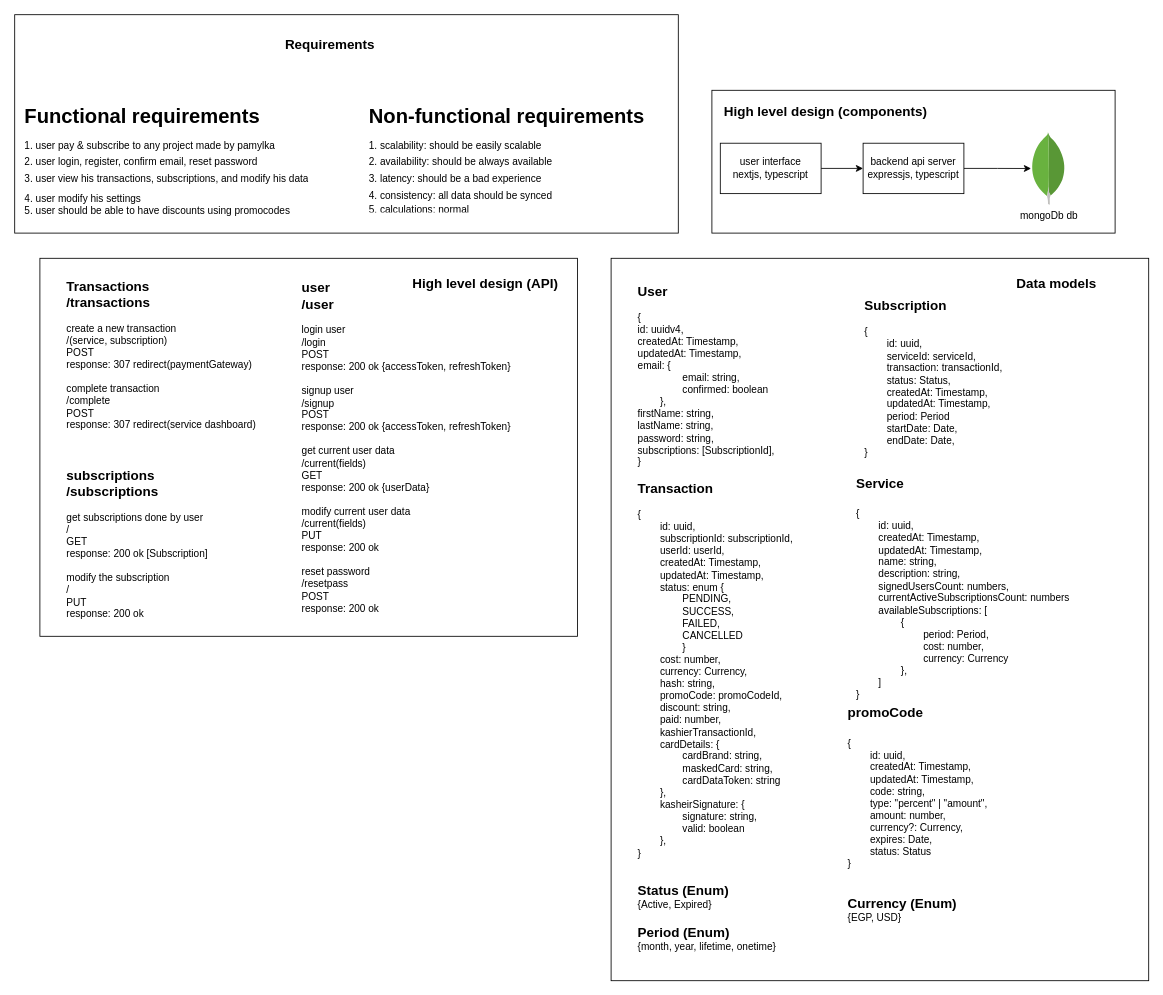
Above: pamylka - general.drawio in ahmed-elbehairy7/pamylka-system-design (draw.io), before the change. Source tidied: cells renumbered, new cells numbered last; positions are measured from the earlier drawing's top-left corner, leaving out a move shared by most shapes. Both pictures are drawn from the tidied source at 84%, with x=0, y=0 at pixel (14, 14).
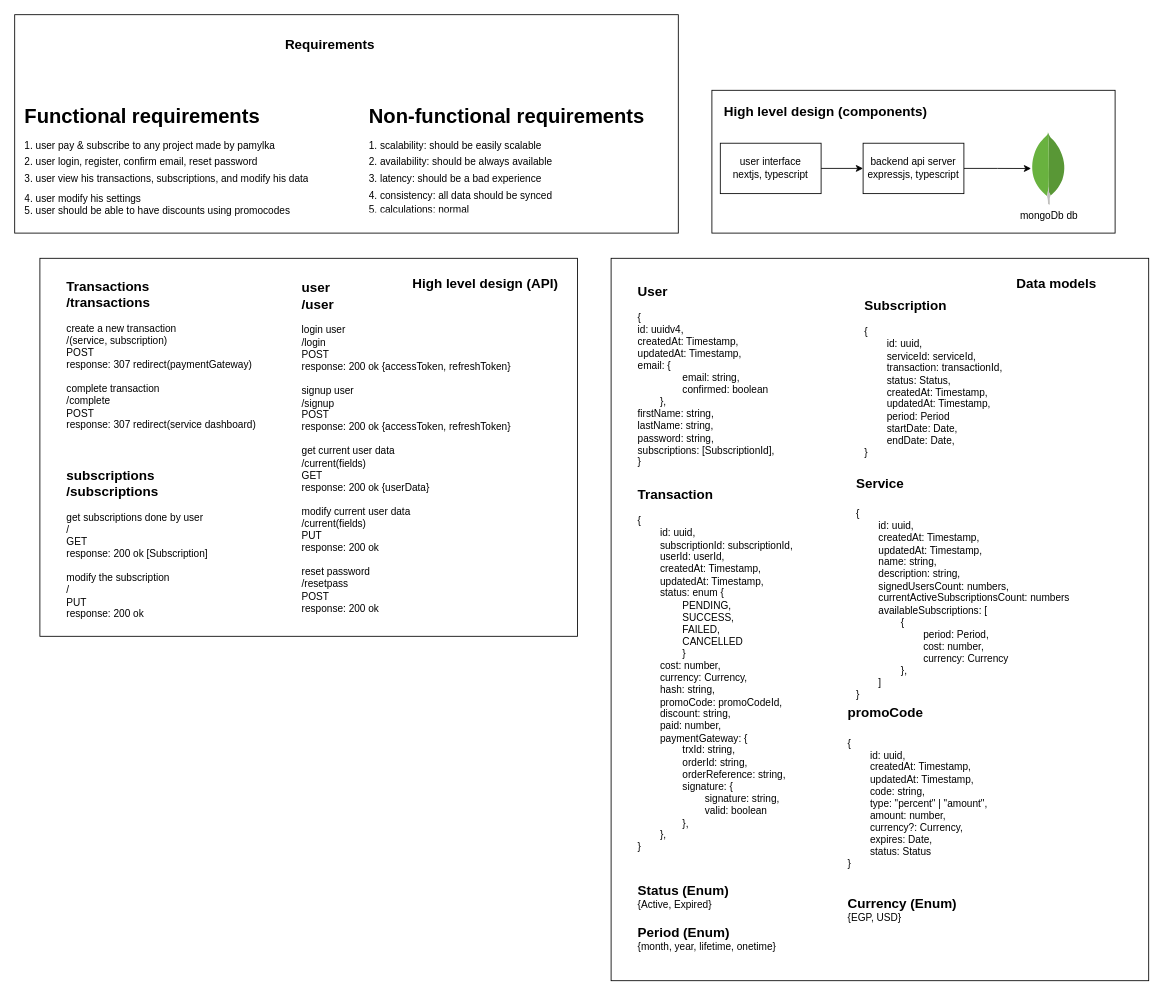
The same page after the edit.

Unchanged cells that the change refers to:
```xml
<mxCell id="21" style="group;" parent="1" vertex="1">
  <mxGeometry x="710" y="290" width="640" height="860" as="geometry" />
</mxCell>
```

Diff of the diagram source:
```diff
@@
-    <mxCell id="24" value="&lt;div&gt;&lt;b style=&quot;font-size: 16px; background-color: transparent; color: light-dark(rgb(0, 0, 0), rgb(255, 255, 255));&quot;&gt;Transaction&lt;/b&gt;&lt;/div&gt;&lt;div&gt;&lt;br&gt;&lt;/div&gt;&lt;div&gt;{&lt;/div&gt;&lt;div&gt;&lt;span style=&quot;white-space: pre;&quot;&gt;&#9;&lt;/span&gt;id: uuid,&lt;br&gt;&lt;/div&gt;&lt;div&gt;&lt;span style=&quot;white-space: pre;&quot;&gt;&#9;&lt;/span&gt;subscriptionId: subscriptionId,&lt;br&gt;&lt;/div&gt;&lt;div&gt;&lt;span style=&quot;white-space: pre;&quot;&gt;&#9;&lt;/span&gt;userId: userId,&lt;br&gt;&lt;/div&gt;&lt;div&gt;&lt;span style=&quot;white-space: pre;&quot;&gt;&#9;&lt;/span&gt;createdAt: Timestamp,&lt;br&gt;&lt;/div&gt;&lt;div&gt;&lt;span style=&quot;white-space: pre;&quot;&gt;&#9;&lt;/span&gt;updatedAt: Timestamp,&lt;/div&gt;&lt;div&gt;&lt;span style=&quot;white-space: pre;&quot;&gt;&#9;&lt;/span&gt;status: enum {&lt;/div&gt;&lt;div&gt;&lt;span style=&quot;white-space: pre;&quot;&gt;&#9;&lt;span style=&quot;white-space: pre;&quot;&gt;&#9;&lt;/span&gt;&lt;/span&gt;PENDING,&amp;nbsp;&lt;/div&gt;&lt;div&gt;&lt;span style=&quot;white-space: pre;&quot;&gt;&#9;&lt;/span&gt;&lt;span style=&quot;white-space: pre;&quot;&gt;&#9;&lt;/span&gt;SUCCESS,&lt;/div&gt;&lt;div&gt;&lt;span style=&quot;white-space: pre;&quot;&gt;&#9;&lt;/span&gt;&lt;span style=&quot;white-space: pre;&quot;&gt;&#9;&lt;/span&gt;FAILED,&lt;br&gt;&lt;/div&gt;&lt;div&gt;&lt;span style=&quot;white-space: pre;&quot;&gt;&#9;&lt;/span&gt;&lt;span style=&quot;white-space: pre;&quot;&gt;&#9;&lt;/span&gt;CANCELLED&lt;br&gt;&lt;/div&gt;&lt;div&gt;&lt;span style=&quot;white-space: pre;&quot;&gt;&#9;&lt;/span&gt;&lt;span style=&quot;white-space: pre;&quot;&gt;&#9;&lt;/span&gt;}&lt;/div&gt;&lt;div&gt;&lt;span style=&quot;white-space: pre;&quot;&gt;&#9;&lt;/span&gt;cost: number,&lt;br&gt;&lt;/div&gt;&lt;div&gt;&lt;span style=&quot;white-space: pre;&quot;&gt;&#9;&lt;/span&gt;currency: Currency,&lt;/div&gt;&lt;div&gt;&lt;span style=&quot;white-space: pre;&quot;&gt;&#9;&lt;/span&gt;hash: string,&lt;br&gt;&lt;/div&gt;&lt;div&gt;&lt;span style=&quot;white-space: pre;&quot;&gt;&#9;&lt;/span&gt;promoCode: promoCodeId,&lt;br&gt;&lt;/div&gt;&lt;div&gt;&lt;span style=&quot;white-space: pre;&quot;&gt;&#9;&lt;/span&gt;discount: string,&lt;br&gt;&lt;/div&gt;&lt;div&gt;&lt;span style=&quot;white-space: pre;&quot;&gt;&#9;&lt;/span&gt;paid: number,&lt;br&gt;&lt;/div&gt;&lt;div&gt;&lt;span style=&quot;white-space: pre;&quot;&gt;&#9;&lt;/span&gt;kashierTransactionId,&lt;br&gt;&lt;/div&gt;&lt;div&gt;&lt;span style=&quot;white-space: pre;&quot;&gt;&#9;&lt;/span&gt;cardDetails: {&lt;/div&gt;&lt;div&gt;&lt;span style=&quot;white-space: pre;&quot;&gt;&#9;&lt;span style=&quot;white-space: pre;&quot;&gt;&#9;&lt;/span&gt;cardBrand: string,&lt;/span&gt;&lt;/div&gt;&lt;div&gt;&lt;span style=&quot;white-space: pre;&quot;&gt;&#9;&lt;/span&gt;&lt;span style=&quot;white-space: pre;&quot;&gt;&#9;&lt;/span&gt;maskedCard: string,&lt;br&gt;&lt;/div&gt;&lt;div&gt;&lt;span style=&quot;white-space: pre;&quot;&gt;&#9;&lt;/span&gt;&lt;span style=&quot;white-space: pre;&quot;&gt;&#9;&lt;/span&gt;cardDataToken: string&lt;br&gt;&lt;/div&gt;&lt;div&gt;&lt;span style=&quot;white-space: pre;&quot;&gt;&#9;&lt;/span&gt;},&lt;br&gt;&lt;/div&gt;&lt;div&gt;&lt;span style=&quot;white-space: pre;&quot;&gt;&#9;&lt;/span&gt;kasheirSignature: {&lt;/div&gt;&lt;div&gt;&lt;span style=&quot;white-space: pre;&quot;&gt;&#9;&lt;/span&gt;&lt;span style=&quot;white-space: pre;&quot;&gt;&#9;&lt;/span&gt;signature: string,&lt;br&gt;&lt;/div&gt;&lt;div&gt;&lt;span style=&quot;white-space: pre;&quot;&gt;&#9;&lt;/span&gt;&lt;span style=&quot;white-space: pre;&quot;&gt;&#9;&lt;/span&gt;valid: boolean&lt;br&gt;&lt;/div&gt;&lt;div&gt;&lt;span style=&quot;white-space: pre;&quot;&gt;&#9;&lt;/span&gt;},&lt;/div&gt;&lt;div&gt;}&lt;/div&gt;" style="text;html=1;align=left;verticalAlign=middle;strokeColor=none;fillColor=none;" parent="21" vertex="1">
-      <mxGeometry x="30" y="260" width="210" height="460" as="geometry" />
+    <mxCell id="24" value="&lt;div&gt;&lt;b style=&quot;font-size: 16px; background-color: transparent; color: light-dark(rgb(0, 0, 0), rgb(255, 255, 255));&quot;&gt;Transaction&lt;/b&gt;&lt;/div&gt;&lt;div&gt;&lt;br&gt;&lt;/div&gt;&lt;div&gt;{&lt;/div&gt;&lt;div&gt;&lt;span style=&quot;white-space: pre;&quot;&gt;&#9;&lt;/span&gt;id: uuid,&lt;br&gt;&lt;/div&gt;&lt;div&gt;&lt;span style=&quot;white-space: pre;&quot;&gt;&#9;&lt;/span&gt;subscriptionId: subscriptionId,&lt;br&gt;&lt;/div&gt;&lt;div&gt;&lt;span style=&quot;white-space: pre;&quot;&gt;&#9;&lt;/span&gt;userId: userId,&lt;br&gt;&lt;/div&gt;&lt;div&gt;&lt;span style=&quot;white-space: pre;&quot;&gt;&#9;&lt;/span&gt;createdAt: Timestamp,&lt;br&gt;&lt;/div&gt;&lt;div&gt;&lt;span style=&quot;white-space: pre;&quot;&gt;&#9;&lt;/span&gt;updatedAt: Timestamp,&lt;/div&gt;&lt;div&gt;&lt;span style=&quot;white-space: pre;&quot;&gt;&#9;&lt;/span&gt;status: enum {&lt;/div&gt;&lt;div&gt;&lt;span style=&quot;white-space: pre;&quot;&gt;&#9;&lt;span style=&quot;white-space: pre;&quot;&gt;&#9;&lt;/span&gt;&lt;/span&gt;PENDING,&amp;nbsp;&lt;/div&gt;&lt;div&gt;&lt;span style=&quot;white-space: pre;&quot;&gt;&#9;&lt;/span&gt;&lt;span style=&quot;white-space: pre;&quot;&gt;&#9;&lt;/span&gt;SUCCESS,&lt;/div&gt;&lt;div&gt;&lt;span style=&quot;white-space: pre;&quot;&gt;&#9;&lt;/span&gt;&lt;span style=&quot;white-space: pre;&quot;&gt;&#9;&lt;/span&gt;FAILED,&lt;br&gt;&lt;/div&gt;&lt;div&gt;&lt;span style=&quot;white-space: pre;&quot;&gt;&#9;&lt;/span&gt;&lt;span style=&quot;white-space: pre;&quot;&gt;&#9;&lt;/span&gt;CANCELLED&lt;br&gt;&lt;/div&gt;&lt;div&gt;&lt;span style=&quot;white-space: pre;&quot;&gt;&#9;&lt;/span&gt;&lt;span style=&quot;white-space: pre;&quot;&gt;&#9;&lt;/span&gt;}&lt;/div&gt;&lt;div&gt;&lt;span style=&quot;white-space: pre;&quot;&gt;&#9;&lt;/span&gt;cost: number,&lt;br&gt;&lt;/div&gt;&lt;div&gt;&lt;span style=&quot;white-space: pre;&quot;&gt;&#9;&lt;/span&gt;currency: Currency,&lt;/div&gt;&lt;div&gt;&lt;span style=&quot;white-space: pre;&quot;&gt;&#9;&lt;/span&gt;hash: string,&lt;br&gt;&lt;/div&gt;&lt;div&gt;&lt;span style=&quot;white-space: pre;&quot;&gt;&#9;&lt;/span&gt;promoCode: promoCodeId,&lt;br&gt;&lt;/div&gt;&lt;div&gt;&lt;span style=&quot;white-space: pre;&quot;&gt;&#9;&lt;/span&gt;discount: string,&lt;br&gt;&lt;/div&gt;&lt;div&gt;&lt;span style=&quot;white-space: pre;&quot;&gt;&#9;&lt;/span&gt;paid: number,&lt;br&gt;&lt;/div&gt;&lt;div&gt;&lt;span style=&quot;white-space: pre;&quot;&gt;&#9;&lt;/span&gt;paymentGateway: {&lt;/div&gt;&lt;div&gt;&lt;span style=&quot;white-space: pre;&quot;&gt;&#9;&lt;/span&gt;&lt;span style=&quot;white-space: pre;&quot;&gt;&#9;&lt;/span&gt;trxId: string,&lt;br&gt;&lt;/div&gt;&lt;div&gt;&lt;span style=&quot;white-space: pre;&quot;&gt;&#9;&lt;/span&gt;&lt;span style=&quot;white-space: pre;&quot;&gt;&#9;&lt;/span&gt;orderId: string,&lt;br&gt;&lt;/div&gt;&lt;div&gt;&lt;span style=&quot;white-space: pre;&quot;&gt;&#9;&lt;/span&gt;&lt;span style=&quot;white-space: pre;&quot;&gt;&#9;&lt;/span&gt;orderReference: string,&lt;br&gt;&lt;/div&gt;&lt;div&gt;&lt;span style=&quot;white-space: pre;&quot;&gt;&#9;&lt;span style=&quot;white-space: pre;&quot;&gt;&#9;&lt;/span&gt;&lt;/span&gt;&lt;span style=&quot;background-color: transparent; color: light-dark(rgb(0, 0, 0), rgb(255, 255, 255));&quot;&gt;signature: {&lt;/span&gt;&lt;/div&gt;&lt;div&gt;&lt;span style=&quot;white-space-collapse: preserve;&quot;&gt;&#9;&lt;/span&gt;&lt;span style=&quot;white-space-collapse: preserve;&quot;&gt;&#9;&lt;span style=&quot;white-space: pre;&quot;&gt;&#9;&lt;/span&gt;&lt;/span&gt;signature: string,&lt;br&gt;&lt;/div&gt;&lt;div&gt;&lt;span style=&quot;white-space-collapse: preserve;&quot;&gt;&#9;&lt;/span&gt;&lt;span style=&quot;white-space-collapse: preserve;&quot;&gt;&#9;&lt;span style=&quot;white-space: pre;&quot;&gt;&#9;&lt;/span&gt;&lt;/span&gt;valid: boolean&lt;br&gt;&lt;/div&gt;&lt;div&gt;&lt;span style=&quot;white-space-collapse: preserve;&quot;&gt;&#9;&lt;span style=&quot;white-space: pre;&quot;&gt;&#9;&lt;/span&gt;&lt;/span&gt;},&lt;/div&gt;&lt;div&gt;&lt;span style=&quot;white-space: pre;&quot;&gt;&#9;&lt;/span&gt;},&lt;/div&gt;&lt;div&gt;}&lt;/div&gt;" style="text;html=1;align=left;verticalAlign=middle;strokeColor=none;fillColor=none;" parent="21" vertex="1">
+      <mxGeometry x="30" y="265" width="210" height="450" as="geometry" />
     </mxCell>
```
